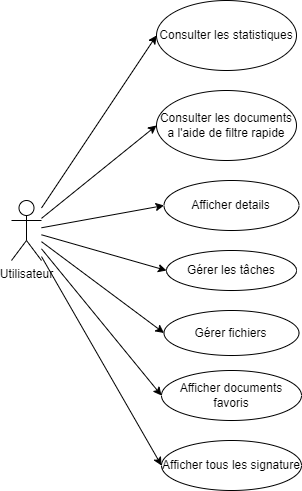
PFE-Neoledge-2023/rapport keeps this draw.io diagram as images_pfe/use_case_sprint_7.png. Above is the earlier version. Source tidied: cells renumbered, new cells last; positions are measured from the earlier drawing's top-left corner, leaving out a move shared by most shapes. The source it was exported from:
```xml
<mxGraphModel>
  <root>
    <mxCell id="0" />
    <mxCell id="1" parent="0" />
    <mxCell id="2" style="edgeStyle=none;html=1;entryX=0;entryY=0.5;entryDx=0;entryDy=0;" parent="1" edge="1" source="9" target="10">
      <mxGeometry relative="1" as="geometry" />
    </mxCell>
    <mxCell id="3" style="edgeStyle=none;html=1;entryX=0;entryY=0.5;entryDx=0;entryDy=0;" parent="1" edge="1" source="9" target="11">
      <mxGeometry relative="1" as="geometry" />
    </mxCell>
    <mxCell id="4" style="edgeStyle=none;html=1;entryX=0;entryY=0.5;entryDx=0;entryDy=0;" parent="1" edge="1" source="9" target="12">
      <mxGeometry relative="1" as="geometry" />
    </mxCell>
    <mxCell id="5" style="edgeStyle=none;html=1;entryX=0;entryY=0.5;entryDx=0;entryDy=0;" parent="1" edge="1" source="9" target="15">
      <mxGeometry relative="1" as="geometry" />
    </mxCell>
    <mxCell id="6" style="edgeStyle=none;html=1;entryX=0;entryY=0.5;entryDx=0;entryDy=0;" parent="1" edge="1" source="9" target="14">
      <mxGeometry relative="1" as="geometry" />
    </mxCell>
    <mxCell id="7" style="edgeStyle=none;html=1;entryX=0;entryY=0.5;entryDx=0;entryDy=0;" parent="1" edge="1" source="9" target="13">
      <mxGeometry relative="1" as="geometry" />
    </mxCell>
    <mxCell id="8" style="edgeStyle=none;html=1;entryX=0;entryY=0.5;entryDx=0;entryDy=0;" parent="1" edge="1" source="9" target="16">
      <mxGeometry relative="1" as="geometry" />
    </mxCell>
    <mxCell id="9" value="Utilisateur" style="shape=umlActor;verticalLabelPosition=bottom;verticalAlign=top;html=1;" parent="1" vertex="1">
      <mxGeometry y="200" width="30" height="60" as="geometry" />
    </mxCell>
    <mxCell id="10" value="Consulter les statistiques" style="ellipse;whiteSpace=wrap;html=1;" parent="1" vertex="1">
      <mxGeometry x="145" width="140" height="70" as="geometry" />
    </mxCell>
    <mxCell id="11" value="Consulter les documents a l'aide de filtre rapide" style="ellipse;whiteSpace=wrap;html=1;" parent="1" vertex="1">
      <mxGeometry x="145" y="90" width="140" height="70" as="geometry" />
    </mxCell>
    <mxCell id="12" value="&lt;div&gt;Afficher details&lt;/div&gt;" style="ellipse;whiteSpace=wrap;html=1;" parent="1" vertex="1">
      <mxGeometry x="152.5" y="180" width="135" height="50" as="geometry" />
    </mxCell>
    <mxCell id="13" value="Aﬀicher documents favoris" style="ellipse;whiteSpace=wrap;html=1;" parent="1" vertex="1">
      <mxGeometry x="150" y="370" width="140" height="50" as="geometry" />
    </mxCell>
    <mxCell id="14" value="Gérer fichiers" style="ellipse;whiteSpace=wrap;html=1;" parent="1" vertex="1">
      <mxGeometry x="152.5" y="310" width="135" height="45" as="geometry" />
    </mxCell>
    <mxCell id="15" value="Gérer les tâches" style="ellipse;whiteSpace=wrap;html=1;" parent="1" vertex="1">
      <mxGeometry x="155" y="250" width="130" height="40" as="geometry" />
    </mxCell>
    <mxCell id="16" value="Afficher tous les signature" style="ellipse;whiteSpace=wrap;html=1;verticalAlign=middle;align=center;horizontal=1;" parent="1" vertex="1">
      <mxGeometry x="150" y="440" width="140" height="50" as="geometry" />
    </mxCell>
  </root>
</mxGraphModel>
```
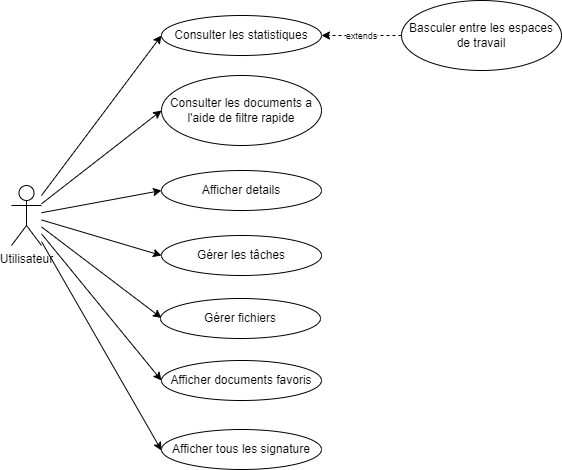
After the change.

Change to the diagram source:
```diff
@@ -8,44 +8,60 @@
     <mxCell id="3" style="edgeStyle=none;html=1;entryX=0;entryY=0.5;entryDx=0;entryDy=0;" parent="1" edge="1" source="9" target="11">
       <mxGeometry relative="1" as="geometry" />
     </mxCell>
-    <mxCell id="4" style="edgeStyle=none;html=1;entryX=0;entryY=0.5;entryDx=0;entryDy=0;" parent="1" edge="1" source="9" target="12">
-      <mxGeometry relative="1" as="geometry" />
+    <mxCell id="4" style="edgeStyle=none;html=1;entryX=0;entryY=0.5;entryDx=0;entryDy=0;" parent="1" edge="1" source="9">
+      <mxGeometry relative="1" as="geometry">
+        <mxPoint x="150" y="205" as="targetPoint" />
+      </mxGeometry>
     </mxCell>
-    <mxCell id="5" style="edgeStyle=none;html=1;entryX=0;entryY=0.5;entryDx=0;entryDy=0;" parent="1" edge="1" source="9" target="15">
-      <mxGeometry relative="1" as="geometry" />
+    <mxCell id="5" style="edgeStyle=none;html=1;entryX=0;entryY=0.5;entryDx=0;entryDy=0;" parent="1" edge="1" source="9">
+      <mxGeometry relative="1" as="geometry">
+        <mxPoint x="150" y="270" as="targetPoint" />
+      </mxGeometry>
     </mxCell>
-    <mxCell id="6" style="edgeStyle=none;html=1;entryX=0;entryY=0.5;entryDx=0;entryDy=0;" parent="1" edge="1" source="9" target="14">
-      <mxGeometry relative="1" as="geometry" />
+    <mxCell id="6" style="edgeStyle=none;html=1;entryX=0;entryY=0.5;entryDx=0;entryDy=0;" parent="1" edge="1" source="9">
+      <mxGeometry relative="1" as="geometry">
+        <mxPoint x="150" y="332.5" as="targetPoint" />
+      </mxGeometry>
     </mxCell>
-    <mxCell id="7" style="edgeStyle=none;html=1;entryX=0;entryY=0.5;entryDx=0;entryDy=0;" parent="1" edge="1" source="9" target="13">
-      <mxGeometry relative="1" as="geometry" />
+    <mxCell id="7" style="edgeStyle=none;html=1;entryX=0;entryY=0.5;entryDx=0;entryDy=0;" parent="1" edge="1" source="9">
+      <mxGeometry relative="1" as="geometry">
+        <mxPoint x="150" y="395" as="targetPoint" />
+      </mxGeometry>
     </mxCell>
-    <mxCell id="8" style="edgeStyle=none;html=1;entryX=0;entryY=0.5;entryDx=0;entryDy=0;" parent="1" edge="1" source="9" target="16">
-      <mxGeometry relative="1" as="geometry" />
+    <mxCell id="8" style="edgeStyle=none;html=1;entryX=0;entryY=0.5;entryDx=0;entryDy=0;" parent="1" edge="1" source="9">
+      <mxGeometry relative="1" as="geometry">
+        <mxPoint x="150" y="465" as="targetPoint" />
+      </mxGeometry>
     </mxCell>
     <mxCell id="9" value="Utilisateur" style="shape=umlActor;verticalLabelPosition=bottom;verticalAlign=top;html=1;" parent="1" vertex="1">
       <mxGeometry y="200" width="30" height="60" as="geometry" />
     </mxCell>
     <mxCell id="10" value="Consulter les statistiques" style="ellipse;whiteSpace=wrap;html=1;" parent="1" vertex="1">
-      <mxGeometry x="145" width="140" height="70" as="geometry" />
+      <mxGeometry x="150" y="30" width="160" height="40" as="geometry" />
     </mxCell>
     <mxCell id="11" value="Consulter les documents a l'aide de filtre rapide" style="ellipse;whiteSpace=wrap;html=1;" parent="1" vertex="1">
-      <mxGeometry x="145" y="90" width="140" height="70" as="geometry" />
+      <mxGeometry x="150" y="90" width="160" height="70" as="geometry" />
     </mxCell>
+    <mxCell id="17" value="&lt;font style=&quot;font-size: 9px;&quot;&gt;extends&lt;/font&gt;" style="edgeStyle=none;html=1;entryX=1;entryY=0.5;entryDx=0;entryDy=0;dashed=1;startArrow=none;startFill=0;endArrow=classic;endFill=1;exitX=0;exitY=0.5;exitDx=0;exitDy=0;" parent="1" edge="1" source="18" target="10">
+      <mxGeometry relative="1" as="geometry" />
+    </mxCell>
+    <mxCell id="18" value="Basculer entre les espaces de travail" style="ellipse;whiteSpace=wrap;html=1;" parent="1" vertex="1">
+      <mxGeometry x="390" y="15" width="160" height="70" as="geometry" />
+    </mxCell>
-    <mxCell id="12" value="&lt;div&gt;Afficher details&lt;/div&gt;" style="ellipse;whiteSpace=wrap;html=1;" parent="1" vertex="1">
-      <mxGeometry x="152.5" y="180" width="135" height="50" as="geometry" />
+    <mxCell id="12" value="Afficher details" style="ellipse;whiteSpace=wrap;html=1;" parent="1" vertex="1">
+      <mxGeometry x="150" y="185" width="160" height="40" as="geometry" />
     </mxCell>
+    <mxCell id="15" value="Gérer les tâches" style="ellipse;whiteSpace=wrap;html=1;" parent="1" vertex="1">
+      <mxGeometry x="150" y="250" width="160" height="40" as="geometry" />
+    </mxCell>
+    <mxCell id="14" value="Gérer fichiers" style="ellipse;whiteSpace=wrap;html=1;" parent="1" vertex="1">
+      <mxGeometry x="149" y="313" width="160" height="40" as="geometry" />
+    </mxCell>
     <mxCell id="13" value="Aﬀicher documents favoris" style="ellipse;whiteSpace=wrap;html=1;" parent="1" vertex="1">
-      <mxGeometry x="150" y="370" width="140" height="50" as="geometry" />
+      <mxGeometry x="150" y="375" width="160" height="40" as="geometry" />
     </mxCell>
-    <mxCell id="14" value="Gérer fichiers" style="ellipse;whiteSpace=wrap;html=1;" parent="1" vertex="1">
-      <mxGeometry x="152.5" y="310" width="135" height="45" as="geometry" />
-    </mxCell>
-    <mxCell id="15" value="Gérer les tâches" style="ellipse;whiteSpace=wrap;html=1;" parent="1" vertex="1">
-      <mxGeometry x="155" y="250" width="130" height="40" as="geometry" />
-    </mxCell>
-    <mxCell id="16" value="Afficher tous les signature" style="ellipse;whiteSpace=wrap;html=1;verticalAlign=middle;align=center;horizontal=1;" parent="1" vertex="1">
-      <mxGeometry x="150" y="440" width="140" height="50" as="geometry" />
+    <mxCell id="16" value="Afficher tous les signature" style="ellipse;whiteSpace=wrap;html=1;" parent="1" vertex="1">
+      <mxGeometry x="150" y="444" width="160" height="40" as="geometry" />
     </mxCell>
   </root>
 </mxGraphModel>
```
